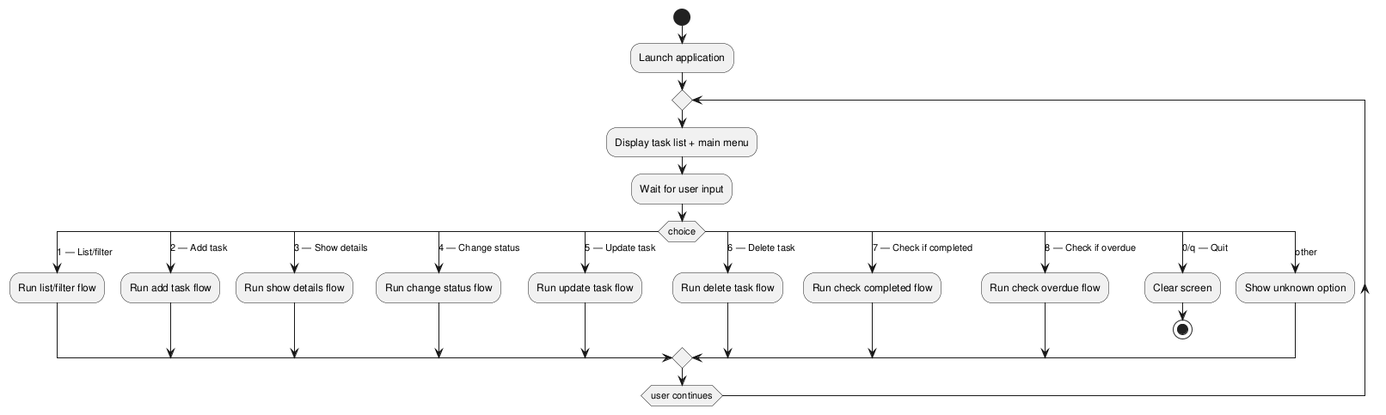
The PlantUML diagram experiments/pipeline/structured_text/TODO/artifacts/activity_diagram.png in DanielRiha8906/Software_autoevolution_using_agents, before a commit.
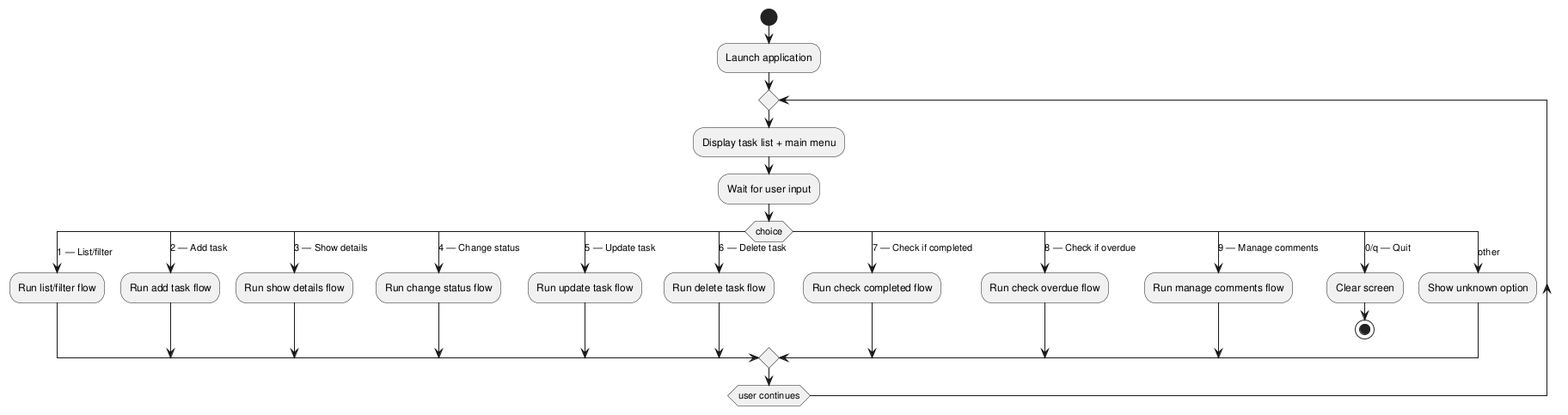
The same file after the commit.

What changed in the source:
```diff
@@ -24,6 +24,8 @@
       :Run check completed flow;
     case (8 — Check if overdue)
       :Run check overdue flow;
+    case (9 — Manage comments)
+      :Run manage comments flow;
     case (0/q — Quit)
       :Clear screen;
       stop
```
